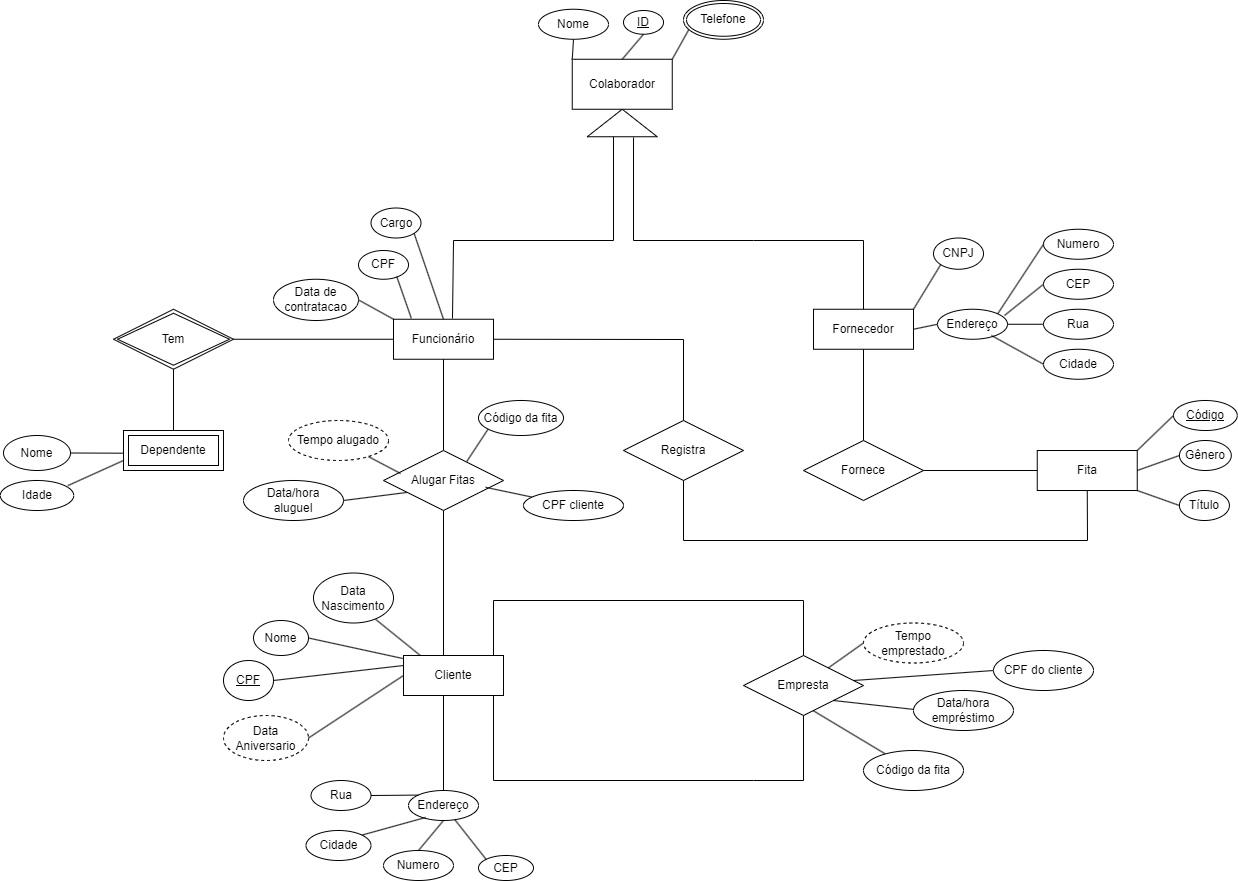
Above: Database Diagram.drawio.png in ivanalves-t/DataBaseMER (draw.io), before the change. Source tidied: cells renumbered, new cells last; positions are measured from the earlier drawing's top-left corner, leaving out a move shared by most shapes.
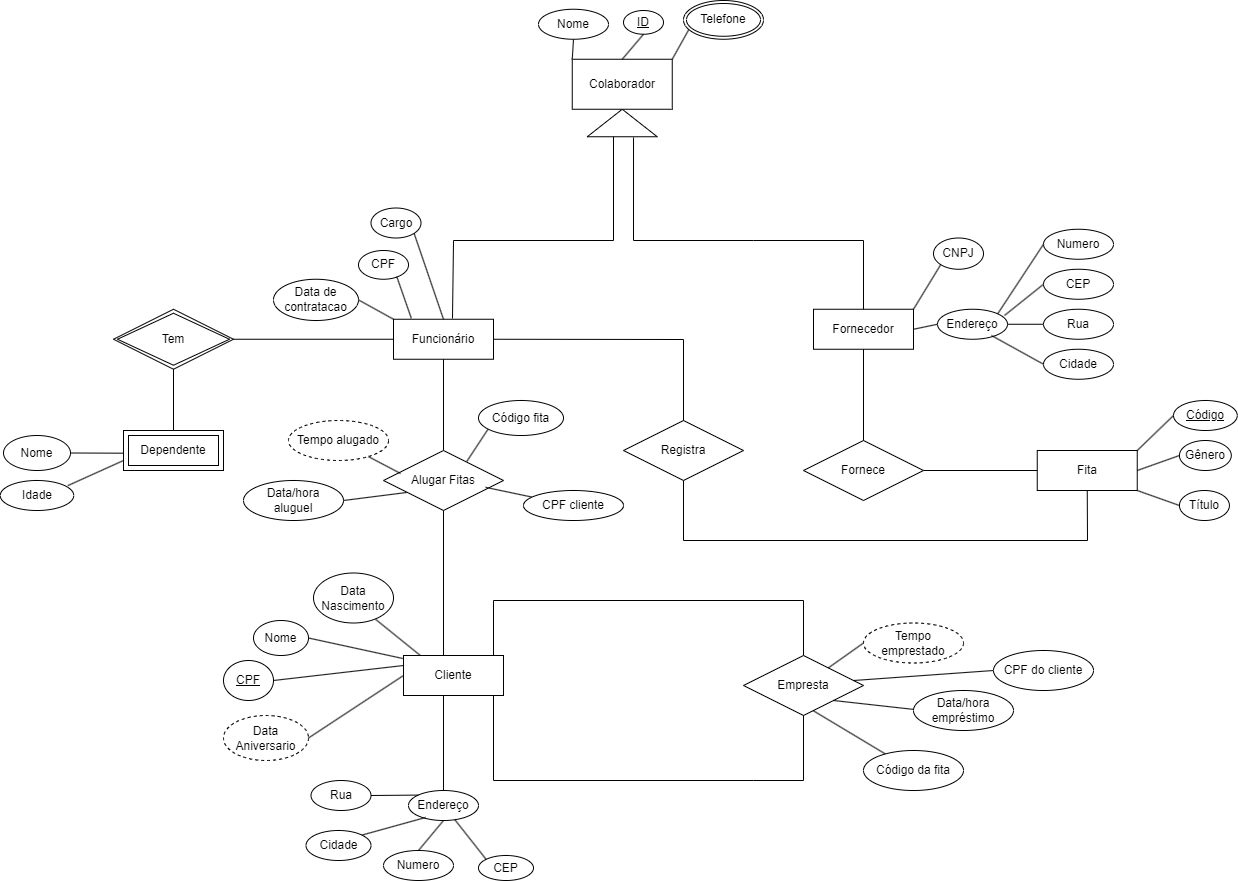
Later version of the same file.

Diff of the diagram source:
```diff
@@ -293,7 +293,7 @@
     <mxCell id="86" style="endArrow=none;html=1;rounded=0;exitX=0.694;exitY=0.183;exitDx=0;exitDy=0;exitPerimeter=0;entryX=0.125;entryY=0.773;entryDx=0;entryDy=0;entryPerimeter=0;" parent="1" edge="1" source="68" target="87">
       <mxGeometry relative="1" as="geometry" />
     </mxCell>
-    <mxCell id="87" value="Código da fita" style="ellipse;whiteSpace=wrap;html=1;align=center;" parent="1" vertex="1">
+    <mxCell id="87" value="Código fita" style="ellipse;whiteSpace=wrap;html=1;align=center;" parent="1" vertex="1">
       <mxGeometry x="478" y="400" width="85" height="35" as="geometry" />
     </mxCell>
     <mxCell id="88" style="endArrow=none;html=1;rounded=0;exitX=0.851;exitY=0.614;exitDx=0;exitDy=0;exitPerimeter=0;" parent="1" edge="1" source="68" target="89">
```
